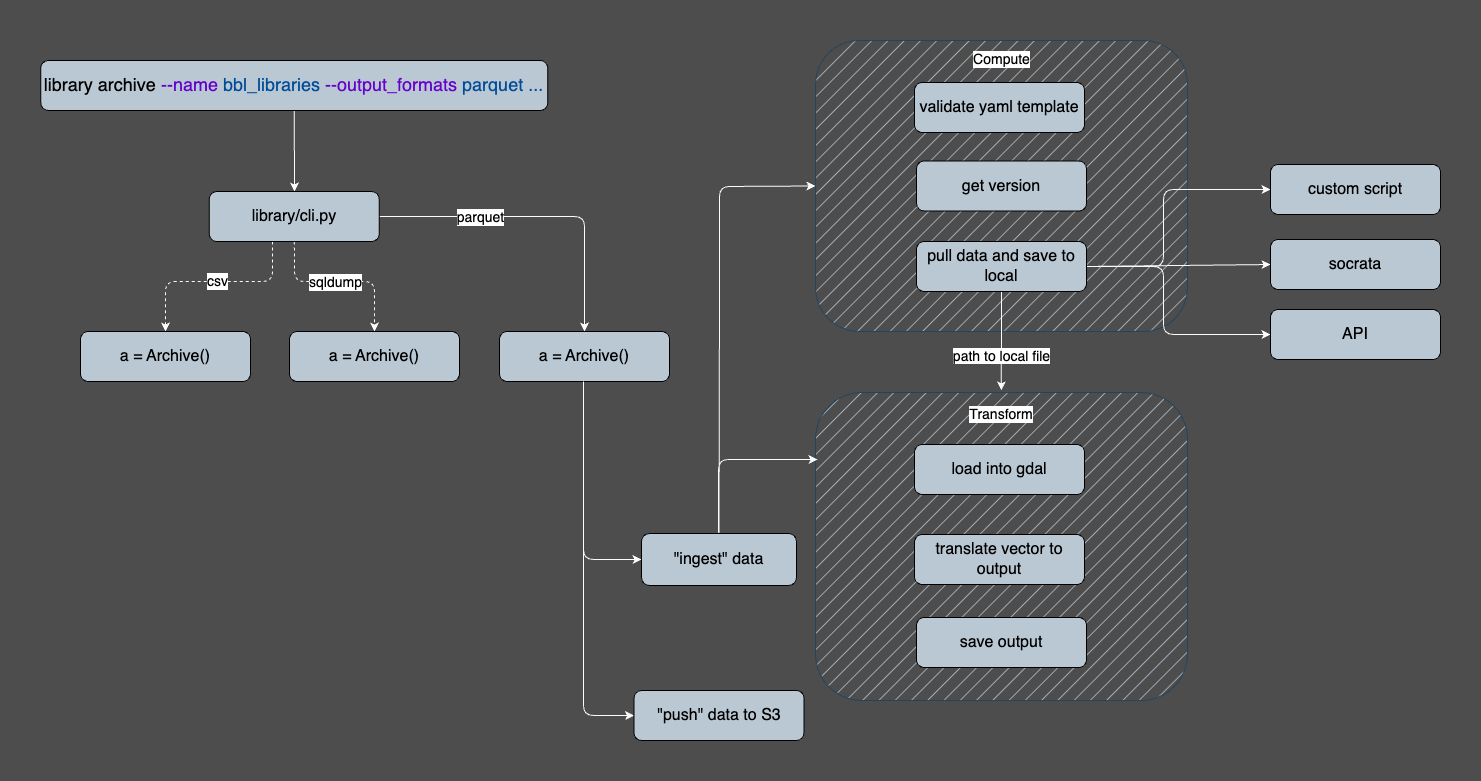
Earlier version of the draw.io export docs/diagrams/workflow_data_library.drawio.png (NYCPlanning/data-engineering). Source tidied: cells renumbered, new cells last; positions are measured from the earlier drawing's top-left corner, leaving out a move shared by most shapes.
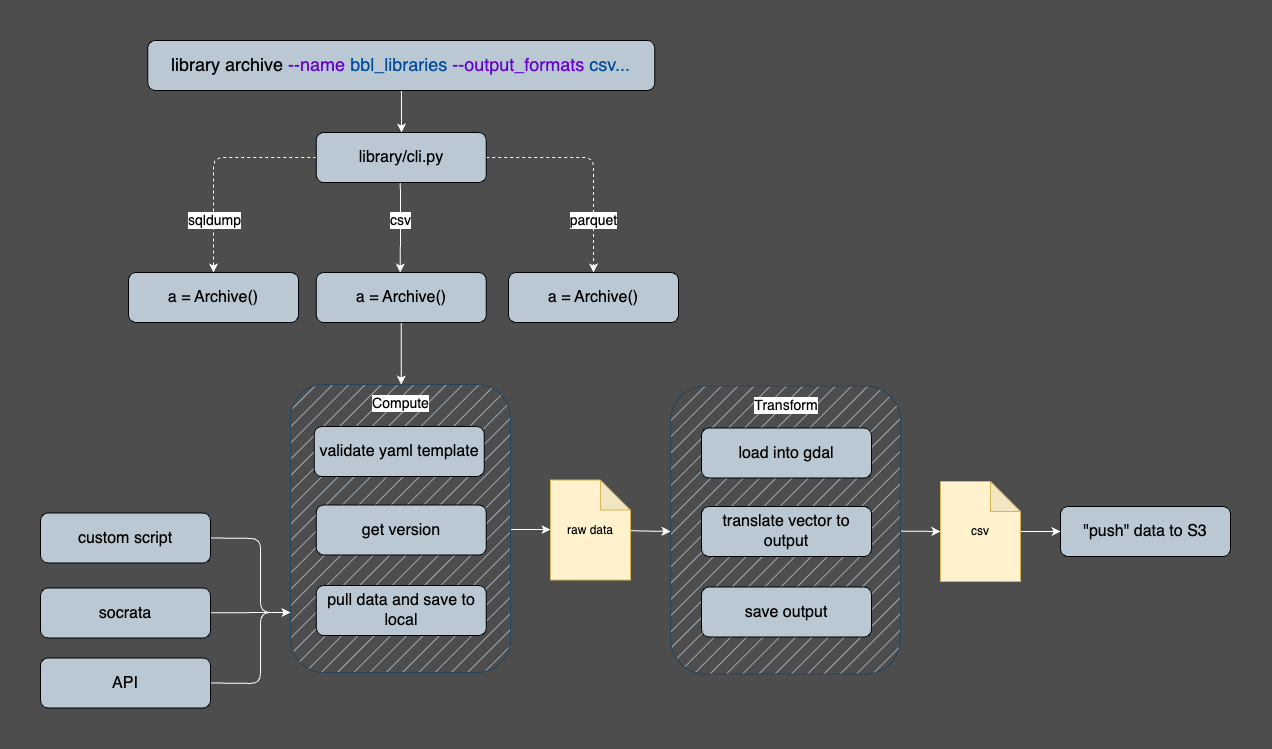
The same file after the commit.

Commit message:
Update data library current infra diagram

What changed in the source:
```diff
@@ -2,8 +2,11 @@
   <root>
     <mxCell id="0" />
     <mxCell id="1" parent="0" />
+    <mxCell id="43" style="edgeStyle=none;html=1;entryX=0;entryY=0.5;entryDx=0;entryDy=0;entryPerimeter=0;strokeColor=#FFFFFF;" parent="1" edge="1" source="2" target="11">
+      <mxGeometry relative="1" as="geometry" />
+    </mxCell>
     <mxCell id="2" value="&lt;span style=&quot;font-size: 16px;&quot;&gt;&lt;br&gt;&lt;/span&gt;" style="shape=rect;html=1;rounded=1;whiteSpace=wrap;align=center;fillColor=#bac8d3;strokeColor=#23445d;fillStyle=hatch;" parent="1" vertex="1">
-      <mxGeometry x="775" y="352" width="372" height="308" as="geometry" />
+      <mxGeometry x="788" y="356.5" width="230" height="288" as="geometry" />
     </mxCell>
     <mxCell id="3" style="edgeStyle=none;html=1;entryX=0.5;entryY=0;entryDx=0;entryDy=0;strokeColor=#CCCCCC;startArrow=classic;startFill=1;" parent="1" edge="1">
       <mxGeometry relative="1" as="geometry">
@@ -30,164 +33,148 @@
         <mxPoint x="693" y="591" as="targetPoint" />
       </mxGeometry>
     </mxCell>
-    <mxCell id="8" style="edgeStyle=none;html=1;exitX=0.5;exitY=1;exitDx=0;exitDy=0;strokeColor=#fdfcfc;" parent="1" edge="1" source="9">
+    <mxCell id="8" style="edgeStyle=none;html=1;exitX=0.5;exitY=1;exitDx=0;exitDy=0;strokeColor=#fdfcfc;" parent="1" edge="1">
       <mxGeometry relative="1" as="geometry">
-        <mxPoint x="254" y="151" as="targetPoint" />
+        <mxPoint x="518.8" y="22" as="sourcePoint" />
+        <mxPoint x="519" y="103" as="targetPoint" />
       </mxGeometry>
     </mxCell>
-    <mxCell id="9" value="&lt;font style=&quot;font-size: 18px;&quot;&gt;&lt;span style=&quot;caret-color: rgb(0, 0, 0);&quot;&gt;library archive&lt;span class=&quot;Apple-converted-space&quot;&gt;&amp;nbsp;&lt;/span&gt;&lt;/span&gt;&lt;font style=&quot;border-color: var(--border-color); font-size: 18px;&quot; color=&quot;#6600cc&quot;&gt;--name&lt;/font&gt;&lt;span style=&quot;caret-color: rgb(0, 0, 0);&quot;&gt;&amp;nbsp;&lt;/span&gt;&lt;font style=&quot;border-color: var(--border-color); font-size: 18px;&quot; color=&quot;#004c99&quot;&gt;bbl_libraries&lt;/font&gt;&lt;span style=&quot;caret-color: rgb(0, 0, 0);&quot;&gt;&amp;nbsp;&lt;/span&gt;&lt;font style=&quot;border-color: var(--border-color); font-size: 18px;&quot; color=&quot;#6600cc&quot;&gt;--output_formats&lt;/font&gt;&lt;span style=&quot;caret-color: rgb(0, 0, 0);&quot;&gt;&amp;nbsp;&lt;/span&gt;&lt;font style=&quot;border-color: var(--border-color); font-size: 18px;&quot; color=&quot;#004c99&quot;&gt;parquet ...&lt;/font&gt;&lt;/font&gt;&lt;span style=&quot;font-size: 16px;&quot;&gt;&lt;br&gt;&lt;/span&gt;" style="shape=rect;html=1;rounded=1;whiteSpace=wrap;align=center;fillColor=#BAC8D3;" parent="1" vertex="1">
-      <mxGeometry x="0.2" y="20" width="507" height="50" as="geometry" />
+    <mxCell id="9" value="&lt;font style=&quot;font-size: 18px;&quot;&gt;&lt;span style=&quot;caret-color: rgb(0, 0, 0);&quot;&gt;library archive&lt;span class=&quot;Apple-converted-space&quot;&gt;&amp;nbsp;&lt;/span&gt;&lt;/span&gt;&lt;font style=&quot;border-color: var(--border-color); font-size: 18px;&quot; color=&quot;#6600cc&quot;&gt;--name&lt;/font&gt;&lt;span style=&quot;caret-color: rgb(0, 0, 0);&quot;&gt;&amp;nbsp;&lt;/span&gt;&lt;font style=&quot;border-color: var(--border-color); font-size: 18px;&quot; color=&quot;#004c99&quot;&gt;bbl_libraries&lt;/font&gt;&lt;span style=&quot;caret-color: rgb(0, 0, 0);&quot;&gt;&amp;nbsp;&lt;/span&gt;&lt;font style=&quot;border-color: var(--border-color); font-size: 18px;&quot; color=&quot;#6600cc&quot;&gt;--output_formats&lt;/font&gt;&lt;span style=&quot;caret-color: rgb(0, 0, 0);&quot;&gt;&amp;nbsp;&lt;/span&gt;&lt;font style=&quot;border-color: var(--border-color); font-size: 18px;&quot; color=&quot;#004c99&quot;&gt;csv...&lt;/font&gt;&lt;/font&gt;&lt;span style=&quot;font-size: 16px;&quot;&gt;&lt;br&gt;&lt;/span&gt;" style="shape=rect;html=1;rounded=1;whiteSpace=wrap;align=center;fillColor=#BAC8D3;" parent="1" vertex="1">
+      <mxGeometry x="265.2" y="11" width="507" height="50" as="geometry" />
     </mxCell>
-    <mxCell id="10" style="edgeStyle=none;rounded=1;html=1;entryX=0.5;entryY=0;entryDx=0;entryDy=0;strokeColor=#fdfcfc;exitX=0.372;exitY=1;exitDx=0;exitDy=0;exitPerimeter=0;dashed=1;" parent="1" edge="1" source="16" target="21">
-      <mxGeometry relative="1" as="geometry">
-        <Array as="points">
-          <mxPoint x="232" y="241" />
-          <mxPoint x="125" y="241" />
-        </Array>
-      </mxGeometry>
-    </mxCell>
-    <mxCell id="11" value="csv" style="edgeLabel;html=1;align=center;verticalAlign=middle;points=[];fontSize=14;fontColor=none;" parent="10" vertex="1">
-      <mxGeometry x="0.05" y="3" relative="1" as="geometry">
-        <mxPoint x="8" y="-4" as="offset" />
-      </mxGeometry>
-    </mxCell>
-    <mxCell id="12" style="edgeStyle=none;rounded=1;html=1;strokeColor=#fdfcfc;entryX=0.5;entryY=0;entryDx=0;entryDy=0;dashed=1;" parent="1" edge="1" source="16" target="20">
+    <mxCell id="12" style="edgeStyle=none;rounded=1;html=1;strokeColor=#fdfcfc;entryX=0.5;entryY=0;entryDx=0;entryDy=0;" parent="1" edge="1">
       <mxGeometry relative="1" as="geometry">
+        <mxPoint x="517.8" y="153" as="sourcePoint" />
+        <mxPoint x="517.8" y="243" as="targetPoint" />
         <Array as="points">
-          <mxPoint x="254" y="241" />
-          <mxPoint x="334" y="241" />
+          <mxPoint x="518" y="193" />
         </Array>
       </mxGeometry>
     </mxCell>
-    <mxCell id="13" value="sqldump" style="edgeLabel;html=1;align=center;verticalAlign=middle;fontSize=14;fontColor=none;" parent="12" vertex="1">
-      <mxGeometry x="-0.06" relative="1" as="geometry" />
+    <mxCell id="13" value="csv" style="edgeLabel;html=1;align=center;verticalAlign=middle;fontSize=14;fontColor=none;" parent="12" vertex="1">
+      <mxGeometry x="-0.06" relative="1" as="geometry">
+        <mxPoint x="-1" y="-5" as="offset" />
+      </mxGeometry>
     </mxCell>
-    <mxCell id="14" style="edgeStyle=none;rounded=1;html=1;exitX=1;exitY=0.5;exitDx=0;exitDy=0;entryX=0.5;entryY=0;entryDx=0;entryDy=0;strokeColor=#fdfcfc;fontSize=14;fontColor=none;" parent="1" edge="1" source="16" target="18">
+    <mxCell id="14" style="edgeStyle=none;rounded=1;html=1;exitX=1;exitY=0.5;exitDx=0;exitDy=0;entryX=0.5;entryY=0;entryDx=0;entryDy=0;strokeColor=#fdfcfc;fontSize=14;fontColor=none;dashed=1;" parent="1" edge="1" source="16" target="18">
       <mxGeometry relative="1" as="geometry">
         <Array as="points">
-          <mxPoint x="544" y="176" />
+          <mxPoint x="711" y="128" />
         </Array>
       </mxGeometry>
     </mxCell>
     <mxCell id="15" value="parquet" style="edgeLabel;html=1;align=center;verticalAlign=middle;fontSize=14;fontColor=none;" parent="14" vertex="1">
       <mxGeometry x="-0.18" relative="1" as="geometry">
-        <mxPoint x="-32" as="offset" />
+        <mxPoint x="15" y="62" as="offset" />
       </mxGeometry>
     </mxCell>
+    <mxCell id="44" style="edgeStyle=none;html=1;exitX=0;exitY=0.5;exitDx=0;exitDy=0;entryX=0.5;entryY=0;entryDx=0;entryDy=0;strokeColor=#FFFFFF;dashed=1;" parent="1" edge="1">
+      <mxGeometry relative="1" as="geometry">
+        <mxPoint x="433.8" y="128" as="sourcePoint" />
+        <mxPoint x="331" y="243" as="targetPoint" />
+        <Array as="points">
+          <mxPoint x="331" y="128" />
+        </Array>
+      </mxGeometry>
+    </mxCell>
     <mxCell id="16" value="&lt;span style=&quot;font-size: 16px;&quot;&gt;library/cli.py&lt;br&gt;&lt;/span&gt;" style="shape=rect;html=1;rounded=1;whiteSpace=wrap;align=center;fillColor=#BAC8D3;" parent="1" vertex="1">
-      <mxGeometry x="168.8" y="151" width="170" height="50" as="geometry" />
+      <mxGeometry x="433.8" y="103" width="170" height="50" as="geometry" />
     </mxCell>
-    <mxCell id="17" style="edgeStyle=none;rounded=1;html=1;entryX=0;entryY=0.5;entryDx=0;entryDy=0;strokeColor=#fdfcfc;fontSize=14;fontColor=none;" parent="1" edge="1" target="23">
-      <mxGeometry relative="1" as="geometry">
-        <mxPoint x="543" y="341" as="sourcePoint" />
-        <Array as="points">
-          <mxPoint x="543" y="381" />
-          <mxPoint x="543" y="519" />
-        </Array>
-      </mxGeometry>
-    </mxCell>
     <mxCell id="18" value="&lt;span style=&quot;font-size: 16px;&quot;&gt;a = Archive()&lt;br&gt;&lt;/span&gt;" style="shape=rect;html=1;rounded=1;whiteSpace=wrap;align=center;fillColor=#BAC8D3;" parent="1" vertex="1">
-      <mxGeometry x="459" y="291" width="170" height="50" as="geometry" />
+      <mxGeometry x="626" y="243" width="170" height="50" as="geometry" />
     </mxCell>
     <mxCell id="19" value="&lt;span style=&quot;font-size: 16px;&quot;&gt;&quot;push&quot; data to S3&lt;br&gt;&lt;/span&gt;" style="shape=rect;html=1;rounded=1;whiteSpace=wrap;align=center;fillColor=#BAC8D3;" parent="1" vertex="1">
-      <mxGeometry x="593.5" y="650" width="170" height="50" as="geometry" />
+      <mxGeometry x="1178" y="477" width="170" height="50" as="geometry" />
     </mxCell>
+    <mxCell id="45" style="edgeStyle=none;html=1;exitX=0.5;exitY=1;exitDx=0;exitDy=0;entryX=0.5;entryY=0;entryDx=0;entryDy=0;strokeColor=#FFFFFF;" parent="1" edge="1" source="20" target="30">
+      <mxGeometry relative="1" as="geometry" />
+    </mxCell>
     <mxCell id="20" value="&lt;span style=&quot;font-size: 16px;&quot;&gt;a = Archive()&lt;br&gt;&lt;/span&gt;" style="shape=rect;html=1;rounded=1;whiteSpace=wrap;align=center;fillColor=#BAC8D3;" parent="1" vertex="1">
-      <mxGeometry x="249" y="291" width="170" height="50" as="geometry" />
+      <mxGeometry x="433.8" y="243" width="170" height="50" as="geometry" />
     </mxCell>
     <mxCell id="21" value="&lt;span style=&quot;font-size: 16px;&quot;&gt;a = Archive()&lt;br&gt;&lt;/span&gt;" style="shape=rect;html=1;rounded=1;whiteSpace=wrap;align=center;fillColor=#BAC8D3;" parent="1" vertex="1">
-      <mxGeometry x="40" y="291" width="170" height="50" as="geometry" />
+      <mxGeometry x="246" y="243" width="170" height="50" as="geometry" />
     </mxCell>
-    <mxCell id="22" style="edgeStyle=none;rounded=1;html=1;exitX=0.5;exitY=0;exitDx=0;exitDy=0;entryX=0;entryY=0.5;entryDx=0;entryDy=0;strokeColor=#fdfcfc;fontSize=14;fontColor=none;" parent="1" edge="1" source="23" target="27">
-      <mxGeometry relative="1" as="geometry">
-        <Array as="points">
-          <mxPoint x="679" y="247" />
-          <mxPoint x="679" y="146" />
-        </Array>
-      </mxGeometry>
-    </mxCell>
-    <mxCell id="23" value="&lt;span style=&quot;font-size: 16px;&quot;&gt;&quot;ingest&quot; data&lt;br&gt;&lt;/span&gt;" style="shape=rect;html=1;rounded=1;whiteSpace=wrap;align=center;fillColor=#BAC8D3;" parent="1" vertex="1">
-      <mxGeometry x="601" y="493" width="155" height="52" as="geometry" />
-    </mxCell>
-    <mxCell id="24" style="edgeStyle=none;jettySize=auto;html=1;rounded=1;strokeColor=#fdfcfc;fontSize=14;fontColor=none;entryX=0;entryY=0.5;entryDx=0;entryDy=0;" parent="1" edge="1" target="19">
-      <mxGeometry relative="1" as="geometry">
-        <mxPoint x="543" y="341" as="sourcePoint" />
-        <Array as="points">
-          <mxPoint x="543" y="675" />
-        </Array>
-      </mxGeometry>
-    </mxCell>
     <mxCell id="25" value="&lt;span style=&quot;font-size: 16px;&quot;&gt;translate vector to output&lt;br&gt;&lt;/span&gt;" style="shape=rect;html=1;rounded=1;whiteSpace=wrap;align=center;fillColor=#BAC8D3;" parent="1" vertex="1">
-      <mxGeometry x="874" y="494" width="170" height="50" as="geometry" />
+      <mxGeometry x="819" y="477" width="170" height="50" as="geometry" />
     </mxCell>
-    <mxCell id="26" style="endArrow=classic;html=1;rounded=1;strokeColor=#fdfcfc;fontSize=14;fontColor=none;" parent="1" edge="1">
-      <mxGeometry relative="1" as="geometry">
-        <mxPoint x="678" y="492" as="sourcePoint" />
-        <mxPoint x="777" y="419" as="targetPoint" />
-        <Array as="points">
-          <mxPoint x="678" y="419" />
-        </Array>
-      </mxGeometry>
-    </mxCell>
+    <mxCell id="46" style="edgeStyle=none;html=1;strokeColor=#FFFFFF;" parent="1" edge="1" source="27" target="53">
+      <mxGeometry relative="1" as="geometry" />
+    </mxCell>
     <mxCell id="27" value="&lt;span style=&quot;font-size: 16px;&quot;&gt;&lt;br&gt;&lt;/span&gt;" style="shape=rect;html=1;rounded=1;whiteSpace=wrap;align=center;fillColor=#bac8d3;strokeColor=#23445d;fillStyle=hatch;" parent="1" vertex="1">
-      <mxGeometry x="775" width="372" height="291" as="geometry" />
+      <mxGeometry x="408" y="355" width="220" height="288" as="geometry" />
     </mxCell>
     <mxCell id="28" value="&lt;span style=&quot;font-size: 16px;&quot;&gt;validate yaml template&lt;br&gt;&lt;/span&gt;" style="shape=rect;html=1;rounded=1;whiteSpace=wrap;align=center;fillColor=#BAC8D3;" parent="1" vertex="1">
-      <mxGeometry x="874" y="42" width="170" height="50" as="geometry" />
+      <mxGeometry x="431.8" y="397" width="170" height="50" as="geometry" />
     </mxCell>
     <mxCell id="29" value="&lt;span style=&quot;font-size: 16px;&quot;&gt;load into gdal&lt;br&gt;&lt;/span&gt;" style="shape=rect;html=1;rounded=1;whiteSpace=wrap;align=center;fillColor=#BAC8D3;" parent="1" vertex="1">
-      <mxGeometry x="874" y="404" width="170" height="50" as="geometry" />
+      <mxGeometry x="819" y="398.5" width="170" height="50" as="geometry" />
     </mxCell>
     <mxCell id="30" value="Compute" style="text;html=1;strokeColor=none;fillColor=none;align=center;verticalAlign=middle;whiteSpace=wrap;rounded=0;labelBackgroundColor=default;fillStyle=hatch;fontSize=14;fontColor=none;glass=0;" parent="1" vertex="1">
-      <mxGeometry x="885.5" width="151" height="38" as="geometry" />
+      <mxGeometry x="443.2" y="355" width="151" height="38" as="geometry" />
     </mxCell>
     <mxCell id="31" value="&lt;span style=&quot;font-size: 16px;&quot;&gt;get version&lt;br&gt;&lt;/span&gt;" style="shape=rect;html=1;rounded=1;whiteSpace=wrap;align=center;fillColor=#BAC8D3;" parent="1" vertex="1">
-      <mxGeometry x="876" y="120.5" width="170" height="50" as="geometry" />
+      <mxGeometry x="433.8" y="475.5" width="170" height="50" as="geometry" />
     </mxCell>
-    <mxCell id="32" style="edgeStyle=none;rounded=1;html=1;exitX=0.5;exitY=1;exitDx=0;exitDy=0;strokeColor=#fdfcfc;fontSize=14;fontColor=none;" parent="1" edge="1" source="36">
-      <mxGeometry relative="1" as="geometry">
-        <mxPoint x="960.8" y="349.8" as="targetPoint" />
-      </mxGeometry>
-    </mxCell>
-    <mxCell id="33" style="edgeStyle=none;rounded=1;html=1;exitX=1;exitY=0.5;exitDx=0;exitDy=0;entryX=0;entryY=0.5;entryDx=0;entryDy=0;strokeColor=#fdfcfc;fontSize=18;fontColor=none;" parent="1" edge="1" source="36" target="40">
-      <mxGeometry relative="1" as="geometry">
-        <Array as="points">
-          <mxPoint x="1123" y="226" />
-          <mxPoint x="1123" y="149" />
-        </Array>
-      </mxGeometry>
-    </mxCell>
-    <mxCell id="34" style="edgeStyle=none;rounded=1;html=1;entryX=0;entryY=0.5;entryDx=0;entryDy=0;strokeColor=#fdfcfc;fontSize=18;fontColor=none;exitX=1;exitY=0.5;exitDx=0;exitDy=0;" parent="1" edge="1" source="36" target="41">
-      <mxGeometry relative="1" as="geometry" />
-    </mxCell>
-    <mxCell id="35" style="edgeStyle=none;rounded=1;html=1;exitX=1;exitY=0.5;exitDx=0;exitDy=0;entryX=0;entryY=0.5;entryDx=0;entryDy=0;strokeColor=#fdfcfc;fontSize=18;fontColor=none;" parent="1" edge="1" source="36" target="42">
-      <mxGeometry relative="1" as="geometry">
-        <Array as="points">
-          <mxPoint x="1123" y="226" />
-          <mxPoint x="1123" y="294" />
-        </Array>
-      </mxGeometry>
-    </mxCell>
     <mxCell id="36" value="&lt;span style=&quot;font-size: 16px;&quot;&gt;pull data and save to local&lt;br&gt;&lt;/span&gt;" style="shape=rect;html=1;rounded=1;whiteSpace=wrap;align=center;fillColor=#BAC8D3;" parent="1" vertex="1">
-      <mxGeometry x="876" y="201" width="170" height="50" as="geometry" />
+      <mxGeometry x="433.8" y="556" width="170" height="50" as="geometry" />
     </mxCell>
     <mxCell id="37" value="Transform" style="text;html=1;strokeColor=none;fillColor=none;align=center;verticalAlign=middle;whiteSpace=wrap;rounded=0;glass=0;labelBackgroundColor=default;fillStyle=hatch;fontSize=14;fontColor=none;" parent="1" vertex="1">
-      <mxGeometry x="931" y="359" width="60" height="30" as="geometry" />
+      <mxGeometry x="874" y="360.5" width="60" height="30" as="geometry" />
     </mxCell>
-    <mxCell id="38" value="&lt;span style=&quot;background-color: rgb(255, 255, 255);&quot;&gt;path to local file&lt;/span&gt;" style="text;html=1;align=center;verticalAlign=middle;strokeColor=none;fillColor=none;fontSize=14;fontColor=none;" parent="1" vertex="1">
-      <mxGeometry x="903.5" y="301.5" width="115" height="29" as="geometry" />
-    </mxCell>
     <mxCell id="39" value="&lt;span style=&quot;font-size: 16px;&quot;&gt;save output&lt;br&gt;&lt;/span&gt;" style="shape=rect;html=1;rounded=1;whiteSpace=wrap;align=center;fillColor=#BAC8D3;" parent="1" vertex="1">
-      <mxGeometry x="876" y="577" width="170" height="50" as="geometry" />
+      <mxGeometry x="819" y="557.5" width="170" height="50" as="geometry" />
     </mxCell>
+    <mxCell id="47" style="edgeStyle=none;html=1;exitX=1;exitY=0.5;exitDx=0;exitDy=0;strokeColor=#FFFFFF;" parent="1" edge="1" source="40">
+      <mxGeometry relative="1" as="geometry">
+        <mxPoint x="408" y="583" as="targetPoint" />
+        <Array as="points">
+          <mxPoint x="378" y="509" />
+          <mxPoint x="378" y="583" />
+        </Array>
+      </mxGeometry>
+    </mxCell>
     <mxCell id="40" value="&lt;span style=&quot;font-size: 16px;&quot;&gt;custom script&lt;br&gt;&lt;/span&gt;" style="shape=rect;html=1;rounded=1;whiteSpace=wrap;align=center;fillColor=#BAC8D3;" parent="1" vertex="1">
-      <mxGeometry x="1230" y="124" width="170" height="50" as="geometry" />
+      <mxGeometry x="158" y="483.5" width="170" height="50" as="geometry" />
     </mxCell>
+    <mxCell id="48" style="edgeStyle=none;html=1;strokeColor=#FFFFFF;" parent="1" edge="1" source="41">
+      <mxGeometry relative="1" as="geometry">
+        <mxPoint x="408" y="583" as="targetPoint" />
+      </mxGeometry>
+    </mxCell>
     <mxCell id="41" value="&lt;span style=&quot;font-size: 16px;&quot;&gt;socrata&lt;br&gt;&lt;/span&gt;" style="shape=rect;html=1;rounded=1;whiteSpace=wrap;align=center;fillColor=#BAC8D3;" parent="1" vertex="1">
-      <mxGeometry x="1230" y="199" width="170" height="50" as="geometry" />
+      <mxGeometry x="158" y="558.5" width="170" height="50" as="geometry" />
     </mxCell>
+    <mxCell id="49" style="edgeStyle=none;html=1;strokeColor=#FFFFFF;exitX=1;exitY=0.5;exitDx=0;exitDy=0;" parent="1" edge="1" source="42">
+      <mxGeometry relative="1" as="geometry">
+        <mxPoint x="408" y="583" as="targetPoint" />
+        <Array as="points">
+          <mxPoint x="378" y="654" />
+          <mxPoint x="378" y="583" />
+        </Array>
+      </mxGeometry>
+    </mxCell>
     <mxCell id="42" value="&lt;span style=&quot;font-size: 16px;&quot;&gt;API&lt;br&gt;&lt;/span&gt;" style="shape=rect;html=1;rounded=1;whiteSpace=wrap;align=center;fillColor=#BAC8D3;" parent="1" vertex="1">
-      <mxGeometry x="1230" y="269" width="170" height="50" as="geometry" />
+      <mxGeometry x="158" y="628.5" width="170" height="50" as="geometry" />
     </mxCell>
+    <mxCell id="50" value="sqldump" style="edgeLabel;html=1;align=center;verticalAlign=middle;fontSize=14;fontColor=none;" parent="1" vertex="1">
+      <mxGeometry x="541" y="203.1" as="geometry">
+        <mxPoint x="-210" y="-13" as="offset" />
+      </mxGeometry>
+    </mxCell>
+    <mxCell id="51" style="edgeStyle=none;html=1;strokeColor=#FFFFFF;" parent="1" edge="1" source="11" target="19">
+      <mxGeometry relative="1" as="geometry" />
+    </mxCell>
+    <mxCell id="11" value="csv" style="shape=note;whiteSpace=wrap;html=1;backgroundOutline=1;darkOpacity=0.05;fillColor=#fff2cc;strokeColor=#d6b656;" parent="1" vertex="1">
+      <mxGeometry x="1058" y="452" width="80" height="100" as="geometry" />
+    </mxCell>
+    <mxCell id="52" style="edgeStyle=none;html=1;strokeColor=#FFFFFF;" parent="1" edge="1" source="53">
+      <mxGeometry relative="1" as="geometry">
+        <mxPoint x="788" y="502" as="targetPoint" />
+      </mxGeometry>
+    </mxCell>
+    <mxCell id="53" value="raw data" style="shape=note;whiteSpace=wrap;html=1;backgroundOutline=1;darkOpacity=0.05;fillColor=#fff2cc;strokeColor=#d6b656;" parent="1" vertex="1">
+      <mxGeometry x="668" y="450.5" width="80" height="100" as="geometry" />
+    </mxCell>
   </root>
 </mxGraphModel>
```
